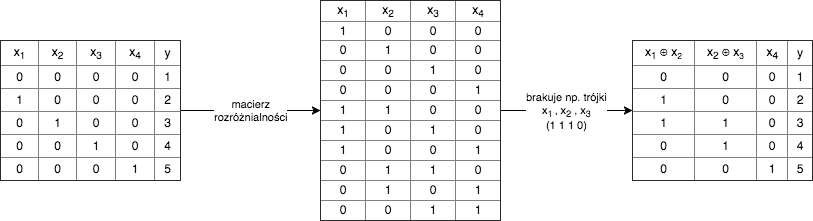
Above: paper/chapter03/multiple-decomposition.png in OrdonTeam/MasterThesis (draw.io), before the change. Source tidied: cells renumbered, new cells last; positions are measured from the earlier drawing's top-left corner, leaving out a move shared by most shapes. Source of this version:
```xml
<mxGraphModel background="#ffffff">
  <root>
    <mxCell id="0" />
    <mxCell id="1" parent="0" />
    <mxCell id="2" value="macierz&lt;div&gt;rozróżnialności&lt;/div&gt;" style="edgeStyle=none;rounded=0;html=1;exitX=1;exitY=0.5;entryX=0;entryY=0.5;jettySize=auto;" parent="1" edge="1" source="3" target="5">
      <mxGeometry relative="1" as="geometry" />
    </mxCell>
    <mxCell id="3" value="&lt;table border=&quot;1&quot; width=&quot;100%&quot; style=&quot;width: 100% ; height: 100% ; border-collapse: collapse&quot;&gt;&lt;tbody&gt;&lt;tr&gt;&lt;td style=&quot;text-align: center&quot;&gt;x&lt;sub&gt;1&lt;/sub&gt;&lt;/td&gt;&lt;td style=&quot;text-align: center&quot;&gt;x&lt;sub&gt;2&lt;/sub&gt;&lt;/td&gt;&lt;td style=&quot;text-align: center&quot;&gt;x&lt;sub&gt;3&lt;/sub&gt;&lt;/td&gt;&lt;td style=&quot;text-align: center&quot;&gt;x&lt;sub&gt;4&lt;/sub&gt;&lt;/td&gt;&lt;td style=&quot;text-align: center&quot;&gt;y&lt;/td&gt;&lt;/tr&gt;&lt;tr&gt;&lt;td align=&quot;center&quot;&gt;0&lt;/td&gt;&lt;td align=&quot;center&quot;&gt;0&lt;/td&gt;&lt;td align=&quot;center&quot;&gt;0&lt;/td&gt;&lt;td style=&quot;text-align: center&quot;&gt;0&lt;/td&gt;&lt;td style=&quot;text-align: center&quot;&gt;1&lt;/td&gt;&lt;/tr&gt;&lt;tr&gt;&lt;td align=&quot;center&quot;&gt;1&lt;/td&gt;&lt;td align=&quot;center&quot;&gt;0&lt;/td&gt;&lt;td align=&quot;center&quot;&gt;0&lt;/td&gt;&lt;td style=&quot;text-align: center&quot;&gt;0&lt;/td&gt;&lt;td style=&quot;text-align: center&quot;&gt;2&lt;/td&gt;&lt;/tr&gt;&lt;tr&gt;&lt;td align=&quot;center&quot;&gt;0&lt;/td&gt;&lt;td align=&quot;center&quot;&gt;1&lt;/td&gt;&lt;td align=&quot;center&quot;&gt;0&lt;/td&gt;&lt;td style=&quot;text-align: center&quot;&gt;0&lt;/td&gt;&lt;td style=&quot;text-align: center&quot;&gt;3&lt;/td&gt;&lt;/tr&gt;&lt;tr&gt;&lt;td style=&quot;text-align: center&quot;&gt;0&lt;/td&gt;&lt;td style=&quot;text-align: center&quot;&gt;0&lt;/td&gt;&lt;td style=&quot;text-align: center&quot;&gt;1&lt;/td&gt;&lt;td style=&quot;text-align: center&quot;&gt;0&lt;/td&gt;&lt;td style=&quot;text-align: center&quot;&gt;4&lt;/td&gt;&lt;/tr&gt;&lt;tr&gt;&lt;td style=&quot;text-align: center&quot;&gt;0&lt;/td&gt;&lt;td style=&quot;text-align: center&quot;&gt;0&lt;/td&gt;&lt;td style=&quot;text-align: center&quot;&gt;0&lt;/td&gt;&lt;td style=&quot;text-align: center&quot;&gt;1&lt;/td&gt;&lt;td style=&quot;text-align: center&quot;&gt;5&lt;/td&gt;&lt;/tr&gt;&lt;/tbody&gt;&lt;/table&gt;" style="text;html=1;overflow=fill;" parent="1" vertex="1">
      <mxGeometry y="40" width="180" height="140" as="geometry" />
    </mxCell>
    <mxCell id="4" value="&lt;div&gt;brakuje np. trójki&lt;/div&gt;&lt;div&gt;x&lt;sub&gt;1&amp;nbsp;&lt;/sub&gt;&lt;font size=&quot;1&quot;&gt;,&amp;nbsp;&lt;/font&gt;x&lt;sub&gt;2&lt;/sub&gt;&amp;nbsp;, x&lt;font size=&quot;1&quot;&gt;&lt;sub&gt;3&lt;/sub&gt;&lt;/font&gt;&lt;/div&gt;(1 1 1 0)" style="edgeStyle=none;rounded=0;html=1;exitX=1;exitY=0.5;entryX=0;entryY=0.5;jettySize=auto;" parent="1" edge="1" source="5" target="6">
      <mxGeometry relative="1" as="geometry" />
    </mxCell>
    <mxCell id="5" value="&lt;table border=&quot;1&quot; width=&quot;100%&quot; style=&quot;text-align: center ; width: 100% ; height: 100% ; border-collapse: collapse&quot;&gt;&lt;tbody&gt;&lt;tr&gt;&lt;td style=&quot;text-align: center&quot;&gt;x&lt;sub&gt;1&lt;/sub&gt;&lt;/td&gt;&lt;td style=&quot;text-align: center&quot;&gt;x&lt;sub&gt;2&lt;/sub&gt;&lt;/td&gt;&lt;td style=&quot;text-align: center&quot;&gt;x&lt;sub&gt;3&lt;/sub&gt;&lt;/td&gt;&lt;td style=&quot;text-align: center&quot;&gt;x&lt;sub&gt;4&lt;/sub&gt;&lt;/td&gt;&lt;/tr&gt;&lt;tr&gt;&lt;td align=&quot;center&quot;&gt;1&lt;/td&gt;&lt;td align=&quot;center&quot;&gt;0&lt;/td&gt;&lt;td align=&quot;center&quot;&gt;0&lt;/td&gt;&lt;td style=&quot;text-align: center&quot;&gt;0&lt;/td&gt;&lt;/tr&gt;&lt;tr&gt;&lt;td align=&quot;center&quot;&gt;0&lt;/td&gt;&lt;td align=&quot;center&quot;&gt;1&lt;/td&gt;&lt;td align=&quot;center&quot;&gt;0&lt;/td&gt;&lt;td style=&quot;text-align: center&quot;&gt;0&lt;/td&gt;&lt;/tr&gt;&lt;tr&gt;&lt;td style=&quot;text-align: center&quot;&gt;0&lt;/td&gt;&lt;td style=&quot;text-align: center&quot;&gt;0&lt;/td&gt;&lt;td style=&quot;text-align: center&quot;&gt;1&lt;/td&gt;&lt;td style=&quot;text-align: center&quot;&gt;0&lt;/td&gt;&lt;/tr&gt;&lt;tr&gt;&lt;td style=&quot;text-align: center&quot;&gt;0&lt;/td&gt;&lt;td style=&quot;text-align: center&quot;&gt;0&lt;/td&gt;&lt;td style=&quot;text-align: center&quot;&gt;0&lt;/td&gt;&lt;td style=&quot;text-align: center&quot;&gt;1&lt;/td&gt;&lt;/tr&gt;&lt;tr&gt;&lt;td&gt;1&lt;/td&gt;&lt;td&gt;1&lt;/td&gt;&lt;td&gt;0&lt;/td&gt;&lt;td&gt;0&lt;/td&gt;&lt;/tr&gt;&lt;tr&gt;&lt;td&gt;1&lt;/td&gt;&lt;td&gt;0&lt;/td&gt;&lt;td&gt;1&lt;/td&gt;&lt;td&gt;0&lt;/td&gt;&lt;/tr&gt;&lt;tr&gt;&lt;td&gt;1&lt;/td&gt;&lt;td&gt;0&lt;/td&gt;&lt;td&gt;0&lt;/td&gt;&lt;td&gt;1&lt;/td&gt;&lt;/tr&gt;&lt;tr&gt;&lt;td&gt;0&lt;/td&gt;&lt;td&gt;1&lt;/td&gt;&lt;td&gt;1&lt;/td&gt;&lt;td&gt;0&lt;/td&gt;&lt;/tr&gt;&lt;tr&gt;&lt;td&gt;0&lt;/td&gt;&lt;td&gt;1&lt;/td&gt;&lt;td&gt;0&lt;/td&gt;&lt;td&gt;1&lt;/td&gt;&lt;/tr&gt;&lt;tr&gt;&lt;td&gt;0&lt;/td&gt;&lt;td&gt;0&lt;/td&gt;&lt;td&gt;1&lt;/td&gt;&lt;td&gt;1&lt;/td&gt;&lt;/tr&gt;&lt;/tbody&gt;&lt;/table&gt;" style="text;html=1;overflow=fill;" parent="1" vertex="1">
      <mxGeometry x="320" width="180" height="220" as="geometry" />
    </mxCell>
    <mxCell id="6" value="&lt;table border=&quot;1&quot; width=&quot;100%&quot; style=&quot;width: 100% ; height: 100% ; border-collapse: collapse&quot;&gt;&lt;tbody&gt;&lt;tr&gt;&lt;td style=&quot;text-align: center&quot;&gt;x&lt;sub&gt;1&amp;nbsp;&lt;/sub&gt;&lt;span id=&quot;docs-internal-guid-56d18fd1-6ccc-37d6-8c17-a51392f58ca9&quot;&gt;⊕&amp;nbsp;&lt;/span&gt;x&lt;span style=&quot;font-size: 10px&quot;&gt;&lt;sub&gt;2&lt;/sub&gt;&lt;/span&gt;&lt;/td&gt;&lt;td style=&quot;text-align: center&quot;&gt;x&lt;sub&gt;2&amp;nbsp;&lt;/sub&gt;&lt;span id=&quot;docs-internal-guid-56d18fd1-6ccc-37d6-8c17-a51392f58ca9&quot;&gt;⊕&amp;nbsp;&lt;/span&gt;x&lt;span style=&quot;font-size: 10px&quot;&gt;&lt;sub&gt;3&lt;/sub&gt;&lt;/span&gt;&lt;/td&gt;&lt;td style=&quot;text-align: center&quot;&gt;&lt;span&gt;&amp;nbsp;x&lt;/span&gt;&lt;sub&gt;4&amp;nbsp;&lt;/sub&gt;&lt;sub&gt;&lt;br&gt;&lt;/sub&gt;&lt;/td&gt;&lt;td style=&quot;text-align: center&quot;&gt;&amp;nbsp;y&amp;nbsp;&lt;/td&gt;&lt;/tr&gt;&lt;tr&gt;&lt;td align=&quot;center&quot;&gt;0&lt;/td&gt;&lt;td align=&quot;center&quot;&gt;0&lt;/td&gt;&lt;td style=&quot;text-align: center&quot;&gt;0&lt;/td&gt;&lt;td style=&quot;text-align: center&quot;&gt;1&lt;/td&gt;&lt;/tr&gt;&lt;tr&gt;&lt;td align=&quot;center&quot;&gt;1&lt;/td&gt;&lt;td align=&quot;center&quot;&gt;0&lt;/td&gt;&lt;td style=&quot;text-align: center&quot;&gt;0&lt;/td&gt;&lt;td style=&quot;text-align: center&quot;&gt;2&lt;/td&gt;&lt;/tr&gt;&lt;tr&gt;&lt;td align=&quot;center&quot;&gt;1&lt;/td&gt;&lt;td align=&quot;center&quot;&gt;1&lt;/td&gt;&lt;td style=&quot;text-align: center&quot;&gt;0&lt;/td&gt;&lt;td style=&quot;text-align: center&quot;&gt;3&lt;/td&gt;&lt;/tr&gt;&lt;tr&gt;&lt;td style=&quot;text-align: center&quot;&gt;0&lt;/td&gt;&lt;td style=&quot;text-align: center&quot;&gt;1&lt;/td&gt;&lt;td style=&quot;text-align: center&quot;&gt;0&lt;/td&gt;&lt;td style=&quot;text-align: center&quot;&gt;4&lt;/td&gt;&lt;/tr&gt;&lt;tr&gt;&lt;td style=&quot;text-align: center&quot;&gt;0&lt;/td&gt;&lt;td style=&quot;text-align: center&quot;&gt;0&lt;/td&gt;&lt;td style=&quot;text-align: center&quot;&gt;1&lt;/td&gt;&lt;td style=&quot;text-align: center&quot;&gt;5&lt;/td&gt;&lt;/tr&gt;&lt;/tbody&gt;&lt;/table&gt;" style="text;html=1;overflow=fill;" parent="1" vertex="1">
      <mxGeometry x="632" y="40" width="180" height="140" as="geometry" />
    </mxCell>
  </root>
</mxGraphModel>
```
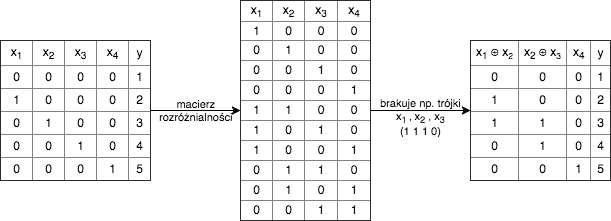
Later version of the same file.

What changed in the source:
```diff
@@ -1,21 +1,21 @@
-<mxGraphModel background="#ffffff">
+<mxGraphModel>
   <root>
     <mxCell id="0" />
     <mxCell id="1" parent="0" />
-    <mxCell id="2" value="macierz&lt;div&gt;rozróżnialności&lt;/div&gt;" style="edgeStyle=none;rounded=0;html=1;exitX=1;exitY=0.5;entryX=0;entryY=0.5;jettySize=auto;" parent="1" edge="1" source="3" target="5">
+    <mxCell id="2" value="macierz&lt;div&gt;rozróżnialności&lt;/div&gt;" style="edgeStyle=none;rounded=0;html=1;exitX=1;exitY=0.5;entryX=0;entryY=0.5;jettySize=auto;labelBackgroundColor=none;" parent="1" edge="1" source="3" target="5">
       <mxGeometry relative="1" as="geometry" />
     </mxCell>
     <mxCell id="3" value="&lt;table border=&quot;1&quot; width=&quot;100%&quot; style=&quot;width: 100% ; height: 100% ; border-collapse: collapse&quot;&gt;&lt;tbody&gt;&lt;tr&gt;&lt;td style=&quot;text-align: center&quot;&gt;x&lt;sub&gt;1&lt;/sub&gt;&lt;/td&gt;&lt;td style=&quot;text-align: center&quot;&gt;x&lt;sub&gt;2&lt;/sub&gt;&lt;/td&gt;&lt;td style=&quot;text-align: center&quot;&gt;x&lt;sub&gt;3&lt;/sub&gt;&lt;/td&gt;&lt;td style=&quot;text-align: center&quot;&gt;x&lt;sub&gt;4&lt;/sub&gt;&lt;/td&gt;&lt;td style=&quot;text-align: center&quot;&gt;y&lt;/td&gt;&lt;/tr&gt;&lt;tr&gt;&lt;td align=&quot;center&quot;&gt;0&lt;/td&gt;&lt;td align=&quot;center&quot;&gt;0&lt;/td&gt;&lt;td align=&quot;center&quot;&gt;0&lt;/td&gt;&lt;td style=&quot;text-align: center&quot;&gt;0&lt;/td&gt;&lt;td style=&quot;text-align: center&quot;&gt;1&lt;/td&gt;&lt;/tr&gt;&lt;tr&gt;&lt;td align=&quot;center&quot;&gt;1&lt;/td&gt;&lt;td align=&quot;center&quot;&gt;0&lt;/td&gt;&lt;td align=&quot;center&quot;&gt;0&lt;/td&gt;&lt;td style=&quot;text-align: center&quot;&gt;0&lt;/td&gt;&lt;td style=&quot;text-align: center&quot;&gt;2&lt;/td&gt;&lt;/tr&gt;&lt;tr&gt;&lt;td align=&quot;center&quot;&gt;0&lt;/td&gt;&lt;td align=&quot;center&quot;&gt;1&lt;/td&gt;&lt;td align=&quot;center&quot;&gt;0&lt;/td&gt;&lt;td style=&quot;text-align: center&quot;&gt;0&lt;/td&gt;&lt;td style=&quot;text-align: center&quot;&gt;3&lt;/td&gt;&lt;/tr&gt;&lt;tr&gt;&lt;td style=&quot;text-align: center&quot;&gt;0&lt;/td&gt;&lt;td style=&quot;text-align: center&quot;&gt;0&lt;/td&gt;&lt;td style=&quot;text-align: center&quot;&gt;1&lt;/td&gt;&lt;td style=&quot;text-align: center&quot;&gt;0&lt;/td&gt;&lt;td style=&quot;text-align: center&quot;&gt;4&lt;/td&gt;&lt;/tr&gt;&lt;tr&gt;&lt;td style=&quot;text-align: center&quot;&gt;0&lt;/td&gt;&lt;td style=&quot;text-align: center&quot;&gt;0&lt;/td&gt;&lt;td style=&quot;text-align: center&quot;&gt;0&lt;/td&gt;&lt;td style=&quot;text-align: center&quot;&gt;1&lt;/td&gt;&lt;td style=&quot;text-align: center&quot;&gt;5&lt;/td&gt;&lt;/tr&gt;&lt;/tbody&gt;&lt;/table&gt;" style="text;html=1;overflow=fill;" parent="1" vertex="1">
-      <mxGeometry y="40" width="180" height="140" as="geometry" />
+      <mxGeometry x="80" y="40" width="150" height="140" as="geometry" />
     </mxCell>
-    <mxCell id="4" value="&lt;div&gt;brakuje np. trójki&lt;/div&gt;&lt;div&gt;x&lt;sub&gt;1&amp;nbsp;&lt;/sub&gt;&lt;font size=&quot;1&quot;&gt;,&amp;nbsp;&lt;/font&gt;x&lt;sub&gt;2&lt;/sub&gt;&amp;nbsp;, x&lt;font size=&quot;1&quot;&gt;&lt;sub&gt;3&lt;/sub&gt;&lt;/font&gt;&lt;/div&gt;(1 1 1 0)" style="edgeStyle=none;rounded=0;html=1;exitX=1;exitY=0.5;entryX=0;entryY=0.5;jettySize=auto;" parent="1" edge="1" source="5" target="6">
+    <mxCell id="4" value="&lt;div&gt;&lt;br&gt;&lt;/div&gt;&lt;div&gt;brakuje np. trójki&lt;/div&gt;&lt;div&gt;x&lt;sub&gt;1&amp;nbsp;&lt;/sub&gt;&lt;font size=&quot;1&quot;&gt;,&amp;nbsp;&lt;/font&gt;x&lt;sub&gt;2&lt;/sub&gt;&amp;nbsp;, x&lt;font size=&quot;1&quot;&gt;&lt;sub&gt;3&lt;/sub&gt;&lt;/font&gt;&lt;/div&gt;(1 1 1 0)" style="edgeStyle=none;rounded=0;html=1;exitX=1;exitY=0.5;entryX=0;entryY=0.5;jettySize=auto;labelBackgroundColor=none;" parent="1" edge="1" source="5" target="6">
       <mxGeometry relative="1" as="geometry" />
     </mxCell>
     <mxCell id="5" value="&lt;table border=&quot;1&quot; width=&quot;100%&quot; style=&quot;text-align: center ; width: 100% ; height: 100% ; border-collapse: collapse&quot;&gt;&lt;tbody&gt;&lt;tr&gt;&lt;td style=&quot;text-align: center&quot;&gt;x&lt;sub&gt;1&lt;/sub&gt;&lt;/td&gt;&lt;td style=&quot;text-align: center&quot;&gt;x&lt;sub&gt;2&lt;/sub&gt;&lt;/td&gt;&lt;td style=&quot;text-align: center&quot;&gt;x&lt;sub&gt;3&lt;/sub&gt;&lt;/td&gt;&lt;td style=&quot;text-align: center&quot;&gt;x&lt;sub&gt;4&lt;/sub&gt;&lt;/td&gt;&lt;/tr&gt;&lt;tr&gt;&lt;td align=&quot;center&quot;&gt;1&lt;/td&gt;&lt;td align=&quot;center&quot;&gt;0&lt;/td&gt;&lt;td align=&quot;center&quot;&gt;0&lt;/td&gt;&lt;td style=&quot;text-align: center&quot;&gt;0&lt;/td&gt;&lt;/tr&gt;&lt;tr&gt;&lt;td align=&quot;center&quot;&gt;0&lt;/td&gt;&lt;td align=&quot;center&quot;&gt;1&lt;/td&gt;&lt;td align=&quot;center&quot;&gt;0&lt;/td&gt;&lt;td style=&quot;text-align: center&quot;&gt;0&lt;/td&gt;&lt;/tr&gt;&lt;tr&gt;&lt;td style=&quot;text-align: center&quot;&gt;0&lt;/td&gt;&lt;td style=&quot;text-align: center&quot;&gt;0&lt;/td&gt;&lt;td style=&quot;text-align: center&quot;&gt;1&lt;/td&gt;&lt;td style=&quot;text-align: center&quot;&gt;0&lt;/td&gt;&lt;/tr&gt;&lt;tr&gt;&lt;td style=&quot;text-align: center&quot;&gt;0&lt;/td&gt;&lt;td style=&quot;text-align: center&quot;&gt;0&lt;/td&gt;&lt;td style=&quot;text-align: center&quot;&gt;0&lt;/td&gt;&lt;td style=&quot;text-align: center&quot;&gt;1&lt;/td&gt;&lt;/tr&gt;&lt;tr&gt;&lt;td&gt;1&lt;/td&gt;&lt;td&gt;1&lt;/td&gt;&lt;td&gt;0&lt;/td&gt;&lt;td&gt;0&lt;/td&gt;&lt;/tr&gt;&lt;tr&gt;&lt;td&gt;1&lt;/td&gt;&lt;td&gt;0&lt;/td&gt;&lt;td&gt;1&lt;/td&gt;&lt;td&gt;0&lt;/td&gt;&lt;/tr&gt;&lt;tr&gt;&lt;td&gt;1&lt;/td&gt;&lt;td&gt;0&lt;/td&gt;&lt;td&gt;0&lt;/td&gt;&lt;td&gt;1&lt;/td&gt;&lt;/tr&gt;&lt;tr&gt;&lt;td&gt;0&lt;/td&gt;&lt;td&gt;1&lt;/td&gt;&lt;td&gt;1&lt;/td&gt;&lt;td&gt;0&lt;/td&gt;&lt;/tr&gt;&lt;tr&gt;&lt;td&gt;0&lt;/td&gt;&lt;td&gt;1&lt;/td&gt;&lt;td&gt;0&lt;/td&gt;&lt;td&gt;1&lt;/td&gt;&lt;/tr&gt;&lt;tr&gt;&lt;td&gt;0&lt;/td&gt;&lt;td&gt;0&lt;/td&gt;&lt;td&gt;1&lt;/td&gt;&lt;td&gt;1&lt;/td&gt;&lt;/tr&gt;&lt;/tbody&gt;&lt;/table&gt;" style="text;html=1;overflow=fill;" parent="1" vertex="1">
-      <mxGeometry x="320" width="180" height="220" as="geometry" />
+      <mxGeometry x="320" width="130" height="220" as="geometry" />
     </mxCell>
     <mxCell id="6" value="&lt;table border=&quot;1&quot; width=&quot;100%&quot; style=&quot;width: 100% ; height: 100% ; border-collapse: collapse&quot;&gt;&lt;tbody&gt;&lt;tr&gt;&lt;td style=&quot;text-align: center&quot;&gt;x&lt;sub&gt;1&amp;nbsp;&lt;/sub&gt;&lt;span id=&quot;docs-internal-guid-56d18fd1-6ccc-37d6-8c17-a51392f58ca9&quot;&gt;⊕&amp;nbsp;&lt;/span&gt;x&lt;span style=&quot;font-size: 10px&quot;&gt;&lt;sub&gt;2&lt;/sub&gt;&lt;/span&gt;&lt;/td&gt;&lt;td style=&quot;text-align: center&quot;&gt;x&lt;sub&gt;2&amp;nbsp;&lt;/sub&gt;&lt;span id=&quot;docs-internal-guid-56d18fd1-6ccc-37d6-8c17-a51392f58ca9&quot;&gt;⊕&amp;nbsp;&lt;/span&gt;x&lt;span style=&quot;font-size: 10px&quot;&gt;&lt;sub&gt;3&lt;/sub&gt;&lt;/span&gt;&lt;/td&gt;&lt;td style=&quot;text-align: center&quot;&gt;&lt;span&gt;&amp;nbsp;x&lt;/span&gt;&lt;sub&gt;4&amp;nbsp;&lt;/sub&gt;&lt;sub&gt;&lt;br&gt;&lt;/sub&gt;&lt;/td&gt;&lt;td style=&quot;text-align: center&quot;&gt;&amp;nbsp;y&amp;nbsp;&lt;/td&gt;&lt;/tr&gt;&lt;tr&gt;&lt;td align=&quot;center&quot;&gt;0&lt;/td&gt;&lt;td align=&quot;center&quot;&gt;0&lt;/td&gt;&lt;td style=&quot;text-align: center&quot;&gt;0&lt;/td&gt;&lt;td style=&quot;text-align: center&quot;&gt;1&lt;/td&gt;&lt;/tr&gt;&lt;tr&gt;&lt;td align=&quot;center&quot;&gt;1&lt;/td&gt;&lt;td align=&quot;center&quot;&gt;0&lt;/td&gt;&lt;td style=&quot;text-align: center&quot;&gt;0&lt;/td&gt;&lt;td style=&quot;text-align: center&quot;&gt;2&lt;/td&gt;&lt;/tr&gt;&lt;tr&gt;&lt;td align=&quot;center&quot;&gt;1&lt;/td&gt;&lt;td align=&quot;center&quot;&gt;1&lt;/td&gt;&lt;td style=&quot;text-align: center&quot;&gt;0&lt;/td&gt;&lt;td style=&quot;text-align: center&quot;&gt;3&lt;/td&gt;&lt;/tr&gt;&lt;tr&gt;&lt;td style=&quot;text-align: center&quot;&gt;0&lt;/td&gt;&lt;td style=&quot;text-align: center&quot;&gt;1&lt;/td&gt;&lt;td style=&quot;text-align: center&quot;&gt;0&lt;/td&gt;&lt;td style=&quot;text-align: center&quot;&gt;4&lt;/td&gt;&lt;/tr&gt;&lt;tr&gt;&lt;td style=&quot;text-align: center&quot;&gt;0&lt;/td&gt;&lt;td style=&quot;text-align: center&quot;&gt;0&lt;/td&gt;&lt;td style=&quot;text-align: center&quot;&gt;1&lt;/td&gt;&lt;td style=&quot;text-align: center&quot;&gt;5&lt;/td&gt;&lt;/tr&gt;&lt;/tbody&gt;&lt;/table&gt;" style="text;html=1;overflow=fill;" parent="1" vertex="1">
-      <mxGeometry x="632" y="40" width="180" height="140" as="geometry" />
+      <mxGeometry x="550" y="40" width="140" height="140" as="geometry" />
     </mxCell>
   </root>
 </mxGraphModel>
```
